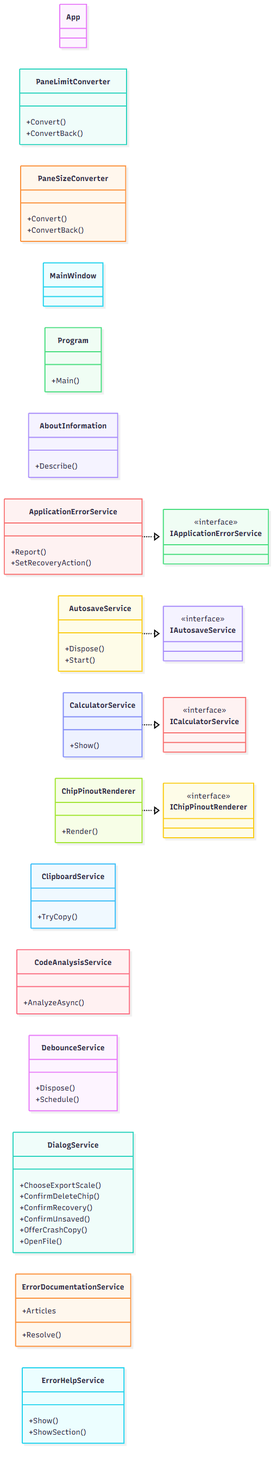
The Mermaid diagram docs/uml/images/support-app-01.png in Ismail-DEV-dg/3D-physical-Technical-constructor, before a commit. Its source is kept beside it as docs/uml/generated/support-app-01.mmd.
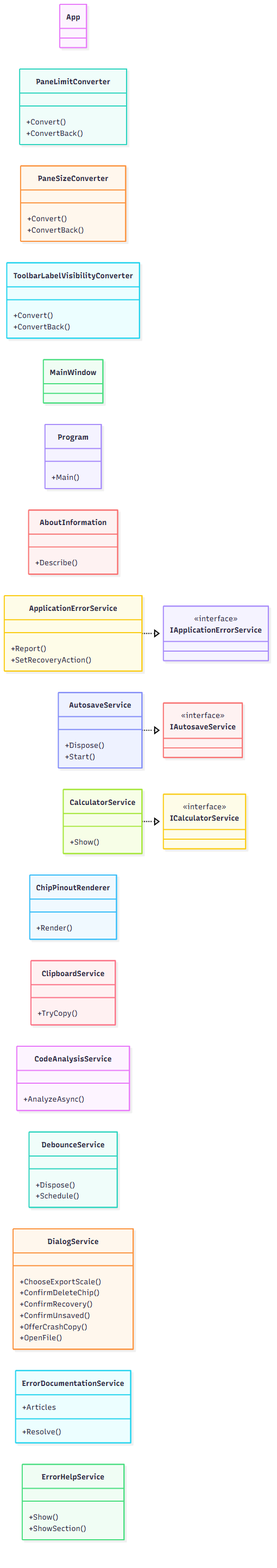
Later version of the same file.

Change to the diagram source:
```diff
@@ -7,50 +7,50 @@
     class T03["PaneSizeConverter"]
     T03 : +Convert()
     T03 : +ConvertBack()
-    class T04["MainWindow"]
-    class T05["Program"]
-    T05 : +Main()
-    class T06["AboutInformation"]
-    T06 : +Describe()
-    class T07["ApplicationErrorService"]
-    T07 : +Report()
-    T07 : +SetRecoveryAction()
-    class T08["AutosaveService"]
-    T08 : +Dispose()
-    T08 : +Start()
-    class T09["CalculatorService"]
-    T09 : +Show()
-    class T10["ChipPinoutRenderer"]
-    T10 : +Render()
-    class T11["ClipboardService"]
-    T11 : +TryCopy()
-    class T12["CodeAnalysisService"]
-    T12 : +AnalyzeAsync()
-    class T13["DebounceService"]
-    T13 : +Dispose()
-    T13 : +Schedule()
-    class T14["DialogService"]
-    T14 : +ChooseExportScale()
-    T14 : +ConfirmDeleteChip()
-    T14 : +ConfirmRecovery()
-    T14 : +ConfirmUnsaved()
-    T14 : +OfferCrashCopy()
-    T14 : +OpenFile()
-    class T15["ErrorDocumentationService"]
-    T15 : +Articles
-    T15 : +Resolve()
-    class T16["ErrorHelpService"]
-    T16 : +Show()
-    T16 : +ShowSection()
-    class T17["IApplicationErrorService"]
-    <<interface>> T17
-    class T18["IAutosaveService"]
+    class T04["ToolbarLabelVisibilityConverter"]
+    T04 : +Convert()
+    T04 : +ConvertBack()
+    class T05["MainWindow"]
+    class T06["Program"]
+    T06 : +Main()
+    class T07["AboutInformation"]
+    T07 : +Describe()
+    class T08["ApplicationErrorService"]
+    T08 : +Report()
+    T08 : +SetRecoveryAction()
+    class T09["AutosaveService"]
+    T09 : +Dispose()
+    T09 : +Start()
+    class T10["CalculatorService"]
+    T10 : +Show()
+    class T11["ChipPinoutRenderer"]
+    T11 : +Render()
+    class T12["ClipboardService"]
+    T12 : +TryCopy()
+    class T13["CodeAnalysisService"]
+    T13 : +AnalyzeAsync()
+    class T14["DebounceService"]
+    T14 : +Dispose()
+    T14 : +Schedule()
+    class T15["DialogService"]
+    T15 : +ChooseExportScale()
+    T15 : +ConfirmDeleteChip()
+    T15 : +ConfirmRecovery()
+    T15 : +ConfirmUnsaved()
+    T15 : +OfferCrashCopy()
+    T15 : +OpenFile()
+    class T16["ErrorDocumentationService"]
+    T16 : +Articles
+    T16 : +Resolve()
+    class T17["ErrorHelpService"]
+    T17 : +Show()
+    T17 : +ShowSection()
+    class T18["IApplicationErrorService"]
     <<interface>> T18
-    class T19["ICalculatorService"]
+    class T19["IAutosaveService"]
     <<interface>> T19
-    class T20["IChipPinoutRenderer"]
+    class T20["ICalculatorService"]
     <<interface>> T20
-    T07 ..|> T17
     T08 ..|> T18
     T09 ..|> T19
     T10 ..|> T20
```
